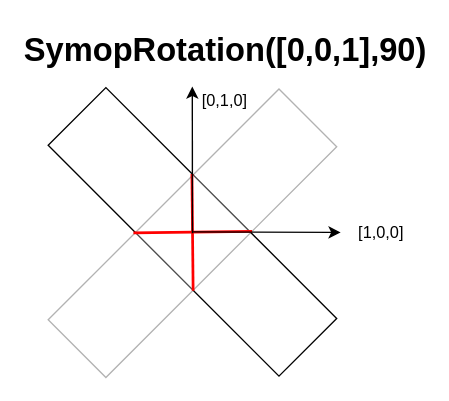
Earlier version of the draw.io diagram page "sym_cut_overlap" (4 of 4) of documentation/diagrams/Symops.drawio (pace-neutrons/Horace). Source tidied: cells renumbered, new cells numbered last; positions are measured from the earlier drawing's top-left corner, leaving out a move shared by most shapes. Both pictures are drawn from the tidied source at 136%, with x=0, y=0 at pixel (29, 23).
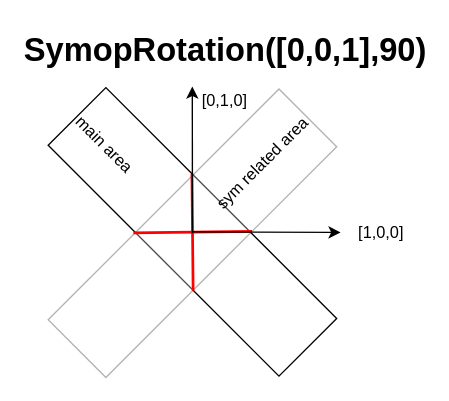
After the change.

What changed in the source:
```diff
@@
 <mxGraphModel>
   <root>
     <mxCell id="0" />
     <mxCell id="1" parent="0" />
     <mxCell id="2" style="group;" parent="1" vertex="1">
       <mxGeometry x="13.9" y="46.9" width="212.1" height="213.1" as="geometry" />
     </mxCell>
-    <mxCell id="3" style="rounded=0;whiteSpace=wrap;html=1;rotation=45;" parent="2" vertex="1">
+    <mxCell id="3" value="main area" style="rounded=0;whiteSpace=wrap;html=1;rotation=45;align=left;" parent="2" vertex="1">
       <mxGeometry x="-13.9" y="76.1" width="240" height="60" as="geometry" />
     </mxCell>
-    <mxCell id="4" style="rounded=0;whiteSpace=wrap;html=1;rotation=-45;opacity=30;" parent="2" vertex="1">
+    <mxCell id="4" value="sym related area" style="rounded=0;whiteSpace=wrap;html=1;rotation=-45;opacity=30;align=right;" parent="2" vertex="1">
       <mxGeometry x="-13.9" y="77.1" width="240" height="60" as="geometry" />
     </mxCell>
     <mxCell id="5" style="endArrow=none;html=1;rounded=0;strokeWidth=2;strokeColor=light-dark(#ff0000, #ededed);exitX=0.367;exitY=-0.038;exitDx=0;exitDy=0;exitPerimeter=0;entryX=0.627;entryY=0.978;entryDx=0;entryDy=0;entryPerimeter=0;" parent="2" edge="1">
       <mxGeometry relative="1" as="geometry">
         <mxPoint x="62.7" y="106.8" as="sourcePoint" />
         <mxPoint x="149.9" y="105.8" as="targetPoint" />
       </mxGeometry>
     </mxCell>
     <mxCell id="6" style="endArrow=none;html=1;rounded=0;strokeWidth=2;strokeColor=light-dark(#ff0000, #ededed);exitX=0.627;exitY=-0.017;exitDx=0;exitDy=0;exitPerimeter=0;entryX=0.377;entryY=1.004;entryDx=0;entryDy=0;entryPerimeter=0;" parent="2" edge="1" source="4" target="4">
       <mxGeometry relative="1" as="geometry" />
     </mxCell>
     <mxCell id="7" value="SymopRotation([0,0,1],90)" style="text;strokeColor=none;fillColor=none;html=1;fontSize=24;fontStyle=1;verticalAlign=middle;align=center;" parent="1" vertex="1">
       <mxGeometry x="94" y="-0.1" width="100" height="40" as="geometry" />
     </mxCell>
     <mxCell id="8" style="endArrow=classic;html=1;rounded=0;entryX=0.459;entryY=1.055;entryDx=0;entryDy=0;entryPerimeter=0;" parent="1" edge="1">
       <mxGeometry relative="1" as="geometry">
         <mxPoint x="120" y="154" as="sourcePoint" />
         <mxPoint x="119.9" y="46.1" as="targetPoint" />
       </mxGeometry>
     </mxCell>
     <mxCell id="9" style="endArrow=classic;html=1;rounded=0;" parent="1" edge="1" target="10">
       <mxGeometry relative="1" as="geometry">
         <mxPoint x="120" y="153" as="sourcePoint" />
       </mxGeometry>
     </mxCell>
     <mxCell id="10" value="[1,0,0]" style="text;html=1;whiteSpace=wrap;strokeColor=none;fillColor=none;align=center;verticalAlign=middle;rounded=0;" parent="1" vertex="1">
       <mxGeometry x="229" y="138.5" width="60" height="30" as="geometry" />
     </mxCell>
     <mxCell id="11" value="[0,1,0]" style="text;html=1;whiteSpace=wrap;strokeColor=none;fillColor=none;align=center;verticalAlign=middle;rounded=0;" parent="1" vertex="1">
       <mxGeometry x="114" y="42" width="60" height="30" as="geometry" />
     </mxCell>
   </root>
 </mxGraphModel>
```
